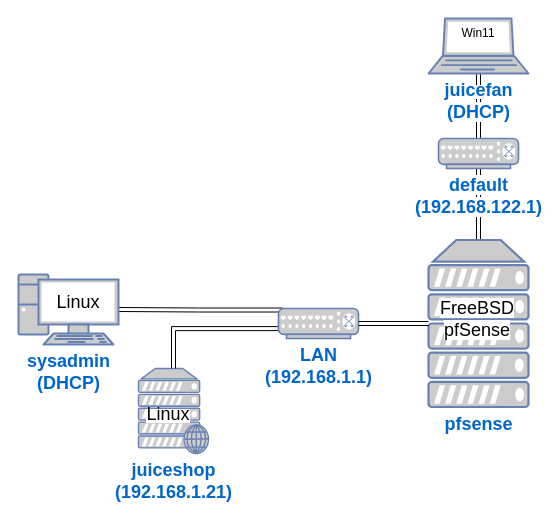
Above: content/labs/diagrams/firewall.drawio in bsebhat/bsebhat.github.io (draw.io), before the change. Source tidied: cells renumbered, new cells numbered last; positions are measured from the earlier drawing's top-left corner, leaving out a move shared by most shapes. Both pictures are drawn from the tidied source at 100%, with x=0, y=0 at pixel (18, 18).
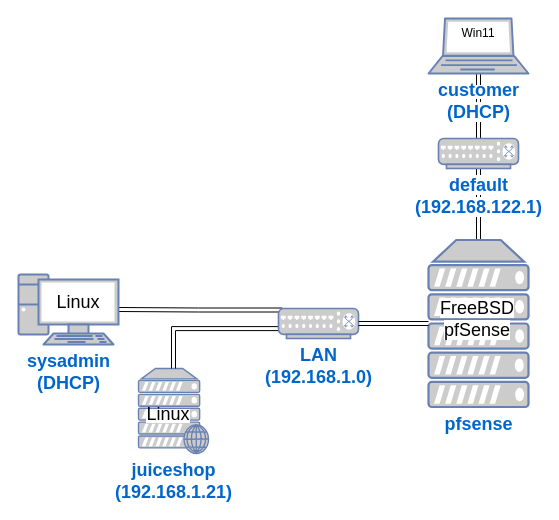
The same diagram, later.

Unchanged cells that the change refers to:
```xml
<mxCell id="5" style="group;" parent="1" vertex="1">
  <mxGeometry x="410" width="100" height="55" as="geometry" />
</mxCell>
```

Change to the diagram source:
```diff
@@
-    <mxCell id="6" value="&lt;span style=&quot;background-color: rgb(255, 255, 255);&quot;&gt;&lt;b&gt;&lt;font style=&quot;font-size: 18px;&quot;&gt;juicefan&lt;br&gt;&lt;/font&gt;&lt;/b&gt;&lt;/span&gt;&lt;b&gt;&lt;font style=&quot;font-size: 18px;&quot;&gt;&lt;span style=&quot;background-color: rgb(255, 255, 255);&quot;&gt;(DHCP)&lt;/span&gt;&lt;br&gt;&lt;/font&gt;&lt;/b&gt;" style="fontColor=#0066CC;verticalAlign=top;verticalLabelPosition=bottom;labelPosition=center;align=center;html=1;outlineConnect=0;fillColor=#CCCCCC;strokeColor=#6881B3;gradientColor=none;gradientDirection=north;strokeWidth=2;shape=mxgraph.networks.laptop;" parent="5" vertex="1">
+    <mxCell id="6" value="&lt;span style=&quot;background-color: rgb(255, 255, 255);&quot;&gt;&lt;b&gt;&lt;font style=&quot;font-size: 18px;&quot;&gt;customer&lt;br&gt;&lt;/font&gt;&lt;/b&gt;&lt;/span&gt;&lt;b&gt;&lt;font style=&quot;font-size: 18px;&quot;&gt;&lt;span style=&quot;background-color: rgb(255, 255, 255);&quot;&gt;(DHCP)&lt;/span&gt;&lt;br&gt;&lt;/font&gt;&lt;/b&gt;" style="fontColor=#0066CC;verticalAlign=top;verticalLabelPosition=bottom;labelPosition=center;align=center;html=1;outlineConnect=0;fillColor=#CCCCCC;strokeColor=#6881B3;gradientColor=none;gradientDirection=north;strokeWidth=2;shape=mxgraph.networks.laptop;" parent="5" vertex="1">
       <mxGeometry width="100" height="55" as="geometry" />
     </mxCell>
@@
-    <mxCell id="13" value="&lt;b&gt;&lt;font style=&quot;font-size: 18px; background-color: rgb(255, 255, 255);&quot;&gt;LAN&lt;br&gt;(192.168.1.1)&lt;br&gt;&lt;/font&gt;&lt;/b&gt;" style="fontColor=#0066CC;verticalAlign=top;verticalLabelPosition=bottom;labelPosition=center;align=center;html=1;outlineConnect=0;fillColor=#CCCCCC;strokeColor=#6881B3;gradientColor=none;gradientDirection=north;strokeWidth=2;shape=mxgraph.networks.switch;points=[[0,0.33,0,0,0],[0,0.5,0,0,0],[0,0.67,0,0,0],[0.05,0.05,0,0,0],[0.1,1,0,0,0],[0.5,0,0,0,0],[0.5,1,0,0,0],[0.9,1,0,0,0],[0.95,0.05,0,0,0],[1,0.5,0,0,0]];" parent="1" vertex="1">
+    <mxCell id="13" value="&lt;b&gt;&lt;font style=&quot;font-size: 18px; background-color: rgb(255, 255, 255);&quot;&gt;LAN&lt;br&gt;(192.168.1.0)&lt;br&gt;&lt;/font&gt;&lt;/b&gt;" style="fontColor=#0066CC;verticalAlign=top;verticalLabelPosition=bottom;labelPosition=center;align=center;html=1;outlineConnect=0;fillColor=#CCCCCC;strokeColor=#6881B3;gradientColor=none;gradientDirection=north;strokeWidth=2;shape=mxgraph.networks.switch;points=[[0,0.33,0,0,0],[0,0.5,0,0,0],[0,0.67,0,0,0],[0.05,0.05,0,0,0],[0.1,1,0,0,0],[0.5,0,0,0,0],[0.5,1,0,0,0],[0.9,1,0,0,0],[0.95,0.05,0,0,0],[1,0.5,0,0,0]];" parent="1" vertex="1">
       <mxGeometry x="260" y="290" width="80" height="30" as="geometry" />
     </mxCell>
```
